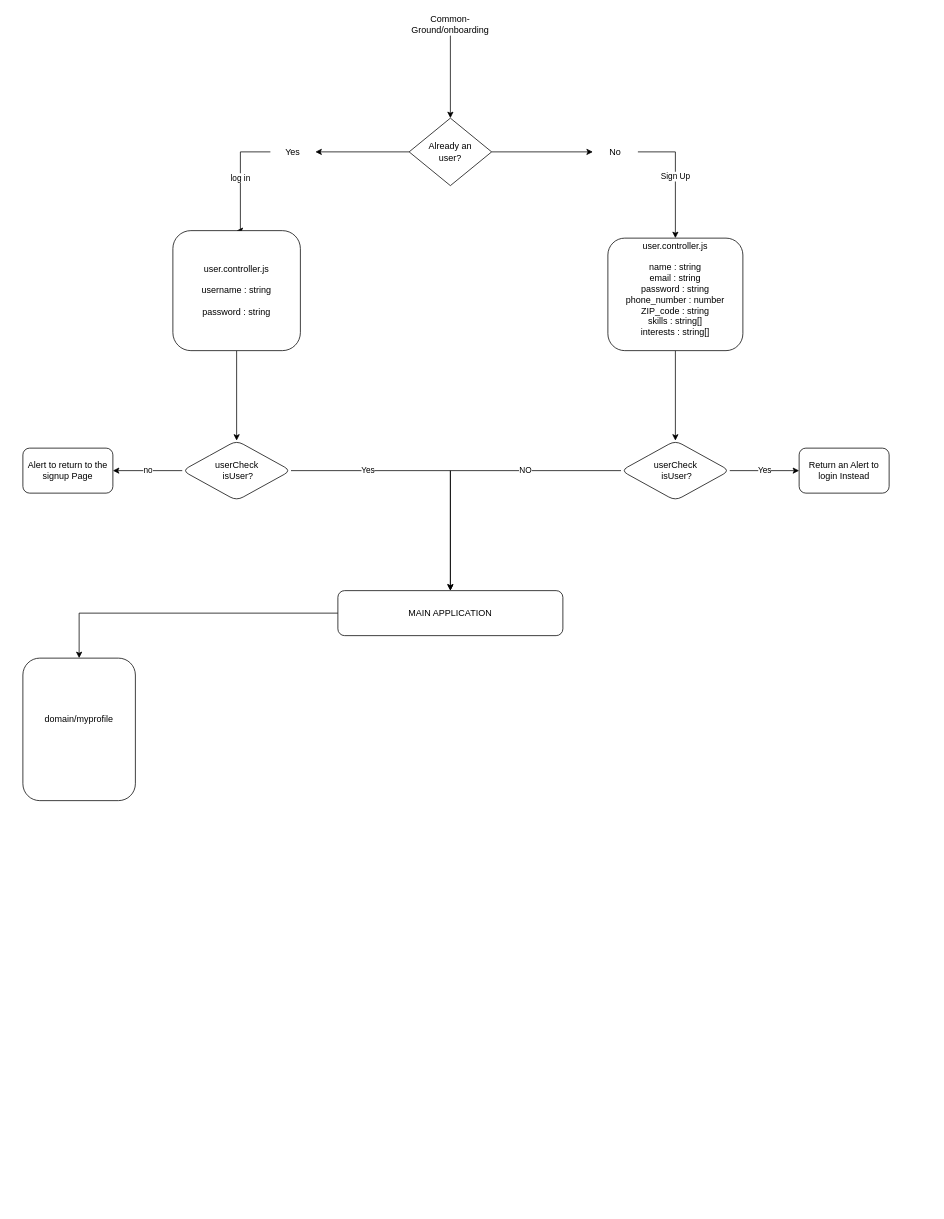
This is Untitled Diagram.drawio from dibyacodes/Common-Ground, a draw.io file, before an edit. Source tidied: cells renumbered, new cells numbered last; positions are measured from the earlier drawing's top-left corner, leaving out a move shared by most shapes. Both pictures are drawn from the tidied source at 75%, with x=0, y=0 at pixel (22, 13).
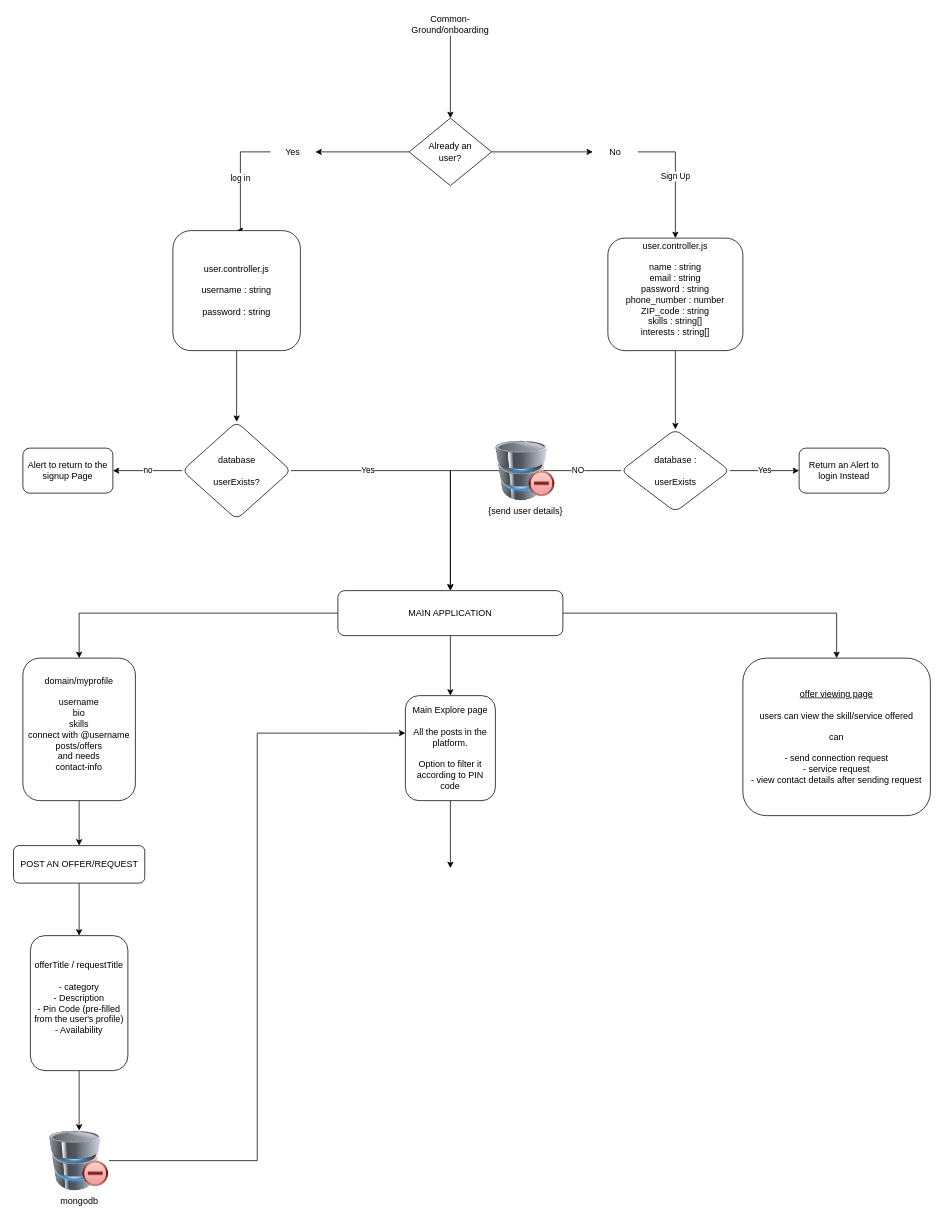
Above is the later version.

Unchanged cells that the change refers to:
```xml
<mxCell id="19" value="MAIN APPLICATION" style="whiteSpace=wrap;html=1;rounded=1;" parent="1" vertex="1">
  <mxGeometry x="420" y="770" width="300" height="60" as="geometry" />
</mxCell>
```

Change to the diagram source:
```diff
@@
-    <mxCell id="17" value="&lt;div&gt;userCheck&lt;/div&gt;&lt;div&gt;&amp;nbsp;isUser?&lt;/div&gt;" style="rhombus;whiteSpace=wrap;html=1;rounded=1;" parent="1" vertex="1">
-      <mxGeometry x="212.5" y="570" width="145" height="80" as="geometry" />
+    <mxCell id="17" value="&lt;div&gt;database&lt;/div&gt;&lt;div&gt;&lt;br&gt;&lt;/div&gt;&lt;div&gt;userExists?&lt;/div&gt;" style="rhombus;whiteSpace=wrap;html=1;rounded=1;" parent="1" vertex="1">
+      <mxGeometry x="212.5" y="545" width="145" height="130" as="geometry" />
     </mxCell>
@@
+    <mxCell id="26" style="edgeStyle=orthogonalEdgeStyle;rounded=0;jettySize=auto;html=1;" parent="1" edge="1" source="19" target="30">
+      <mxGeometry relative="1" as="geometry" />
+    </mxCell>
+    <mxCell id="27" style="edgeStyle=orthogonalEdgeStyle;rounded=0;jettySize=auto;html=1;" parent="1" edge="1" source="19" target="31">
+      <mxGeometry relative="1" as="geometry" />
+    </mxCell>
@@
     <mxCell id="21" value="NO" style="edgeStyle=orthogonalEdgeStyle;rounded=0;jettySize=auto;html=1;entryX=0.5;entryY=0;entryDx=0;entryDy=0;" parent="1" edge="1" source="23" target="19">
-      <mxGeometry x="-0.34" relative="1" as="geometry" />
+      <mxGeometry x="-0.7" relative="1" as="geometry" />
     </mxCell>
@@
-    <mxCell id="23" value="&lt;div&gt;userCheck&lt;/div&gt;&lt;div&gt;&amp;nbsp;isUser?&lt;/div&gt;" style="rhombus;whiteSpace=wrap;html=1;rounded=1;" parent="1" vertex="1">
-      <mxGeometry x="797.5" y="570" width="145" height="80" as="geometry" />
+    <mxCell id="23" value="&lt;div&gt;database :&lt;/div&gt;&lt;div&gt;&lt;br&gt;&lt;/div&gt;&lt;div&gt;userExists&lt;/div&gt;" style="rhombus;whiteSpace=wrap;html=1;rounded=1;" parent="1" vertex="1">
+      <mxGeometry x="797.5" y="555" width="145" height="110" as="geometry" />
     </mxCell>
@@
+    <mxCell id="28" style="edgeStyle=orthogonalEdgeStyle;rounded=0;jettySize=auto;html=1;" parent="1" edge="1" source="25" target="34">
+      <mxGeometry relative="1" as="geometry" />
+    </mxCell>
-    <mxCell id="25" value="&lt;div&gt;domain/myprofile&lt;/div&gt;&lt;div&gt;&lt;br&gt;&lt;/div&gt;&lt;div&gt;&lt;br&gt;&lt;/div&gt;" style="rounded=1;whiteSpace=wrap;html=1;" parent="1" vertex="1">
+    <mxCell id="25" value="&lt;div&gt;domain/myprofile&lt;/div&gt;&lt;div&gt;&lt;br&gt;&lt;/div&gt;&lt;div&gt;username&lt;/div&gt;&lt;div&gt;bio&lt;/div&gt;&lt;div&gt;skills&lt;/div&gt;&lt;div&gt;connect with @username&lt;/div&gt;&lt;div&gt;posts/offers&lt;/div&gt;&lt;div&gt;and needs&lt;/div&gt;&lt;div&gt;contact-info&lt;/div&gt;&lt;div&gt;&lt;br&gt;&lt;/div&gt;" style="rounded=1;whiteSpace=wrap;html=1;" parent="1" vertex="1">
       <mxGeometry y="860" width="150" height="190" as="geometry" />
     </mxCell>
+    <mxCell id="29" style="edgeStyle=orthogonalEdgeStyle;rounded=0;jettySize=auto;html=1;" parent="1" edge="1" source="30">
+      <mxGeometry relative="1" as="geometry">
+        <mxPoint x="570" y="1140" as="targetPoint" />
+      </mxGeometry>
+    </mxCell>
+    <mxCell id="30" value="&lt;div&gt;Main Explore page&lt;/div&gt;&lt;div&gt;&lt;br&gt;&lt;/div&gt;&lt;div&gt;All the posts in the platform.&lt;/div&gt;&lt;div&gt;&lt;br&gt;&lt;/div&gt;&lt;div&gt;Option to filter it according to PIN code&lt;/div&gt;" style="whiteSpace=wrap;html=1;rounded=1;" parent="1" vertex="1">
+      <mxGeometry x="510" y="910" width="120" height="140" as="geometry" />
+    </mxCell>
+    <mxCell id="31" value="&lt;div&gt;&lt;u&gt;offer viewing page&lt;/u&gt;&lt;/div&gt;&lt;div&gt;&lt;br&gt;&lt;/div&gt;&lt;div&gt;users can view the skill/service offered&lt;/div&gt;&lt;div&gt;&lt;br&gt;&lt;/div&gt;&lt;div&gt;can&lt;/div&gt;&lt;div&gt;&lt;br&gt;&lt;/div&gt;&lt;div&gt;- send connection request&lt;/div&gt;&lt;div&gt;- service request&lt;/div&gt;&lt;div&gt;- view contact details after sending request&lt;/div&gt;" style="whiteSpace=wrap;html=1;rounded=1;" parent="1" vertex="1">
+      <mxGeometry x="960" y="860" width="250" height="210" as="geometry" />
+    </mxCell>
+    <mxCell id="32" value="{send user details}" style="image;html=1;image=img/lib/clip_art/computers/Database_Minus_128x128.png;" parent="1" vertex="1">
+      <mxGeometry x="630" y="570" width="80" height="80" as="geometry" />
+    </mxCell>
+    <mxCell id="33" style="edgeStyle=orthogonalEdgeStyle;rounded=0;jettySize=auto;html=1;" parent="1" edge="1" source="34" target="36">
+      <mxGeometry relative="1" as="geometry" />
+    </mxCell>
+    <mxCell id="34" value="POST AN OFFER/REQUEST" style="whiteSpace=wrap;html=1;rounded=1;" parent="1" vertex="1">
+      <mxGeometry x="-12.5" y="1110" width="175" height="50" as="geometry" />
+    </mxCell>
+    <mxCell id="35" style="edgeStyle=orthogonalEdgeStyle;rounded=0;jettySize=auto;html=1;" parent="1" edge="1" source="36" target="37">
+      <mxGeometry relative="1" as="geometry" />
+    </mxCell>
+    <mxCell id="36" value="&lt;div&gt;offerTitle / requestTitle&lt;/div&gt;&lt;div&gt;&lt;br&gt;&lt;/div&gt;&lt;div&gt;- category&lt;/div&gt;&lt;div&gt;- Description&lt;/div&gt;&lt;div&gt;- Pin Code (pre-filled from the user's profile)&lt;/div&gt;&lt;div&gt;- Availability&lt;/div&gt;&lt;div&gt;&lt;br&gt;&lt;/div&gt;" style="whiteSpace=wrap;html=1;rounded=1;" parent="1" vertex="1">
+      <mxGeometry x="10" y="1230" width="130" height="180" as="geometry" />
+    </mxCell>
+    <mxCell id="37" value="mongodb" style="image;html=1;image=img/lib/clip_art/computers/Database_Minus_128x128.png;" parent="1" vertex="1">
+      <mxGeometry x="35" y="1490" width="80" height="80" as="geometry" />
+    </mxCell>
+    <mxCell id="38" style="edgeStyle=orthogonalEdgeStyle;rounded=0;jettySize=auto;html=1;entryX=0;entryY=0.357;entryDx=0;entryDy=0;entryPerimeter=0;" parent="1" edge="1" source="37" target="30">
+      <mxGeometry relative="1" as="geometry" />
+    </mxCell>
```
